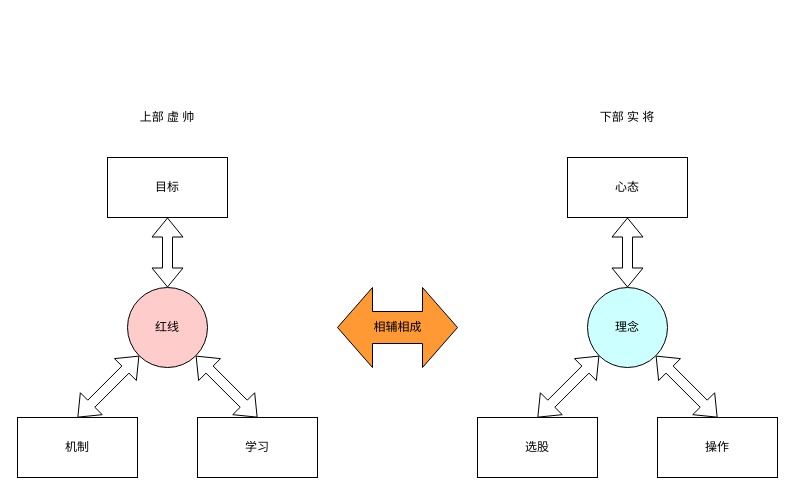
tadsimons/draw keeps this draw.io diagram as page "结构" (1 of 3) of The-Book-of-Stock.drawio. Above is the earlier version. Source tidied: cells renumbered, new cells numbered last; positions are measured from the earlier drawing's top-left corner, leaving out a move shared by most shapes. Both pictures are drawn from the tidied source at 100%, with x=0, y=0 at pixel (17, 107).
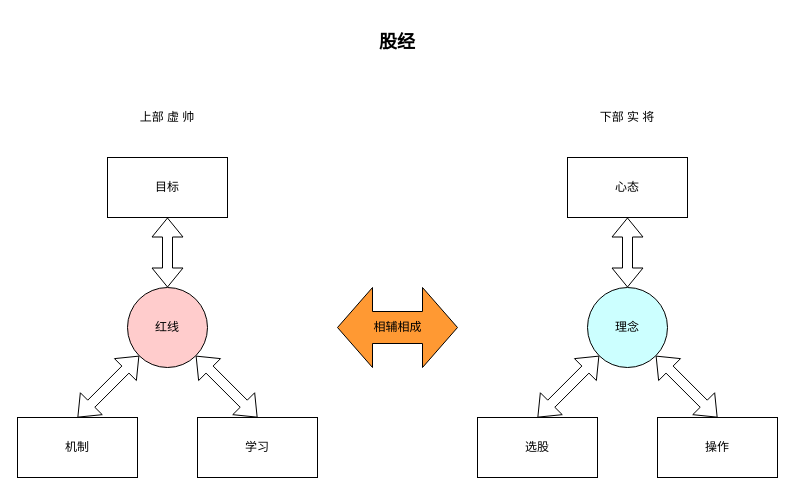
After the change.

The edit, as a diff of the source:
```diff
@@
 <mxGraphModel>
   <root>
     <mxCell id="0" />
     <mxCell id="1" parent="0" />
     <mxCell id="2" value="红线" style="ellipse;whiteSpace=wrap;html=1;fillColor=#FFCCCC;" parent="1" vertex="1">
       <mxGeometry x="110" y="180" width="80" height="80" as="geometry" />
     </mxCell>
     <mxCell id="3" value="目标" style="rounded=0;whiteSpace=wrap;html=1;" parent="1" vertex="1">
       <mxGeometry x="90" y="50" width="120" height="60" as="geometry" />
     </mxCell>
     <mxCell id="4" value="机制" style="rounded=0;whiteSpace=wrap;html=1;" parent="1" vertex="1">
       <mxGeometry y="310" width="120" height="60" as="geometry" />
     </mxCell>
     <mxCell id="5" value="学习" style="rounded=0;whiteSpace=wrap;html=1;" parent="1" vertex="1">
       <mxGeometry x="180" y="310" width="120" height="60" as="geometry" />
     </mxCell>
     <mxCell id="6" style="shape=flexArrow;endArrow=classic;startArrow=classic;html=1;entryX=0;entryY=1;entryDx=0;entryDy=0;exitX=0.5;exitY=0;exitDx=0;exitDy=0;" parent="1" edge="1" source="4" target="2">
       <mxGeometry relative="1" as="geometry" />
     </mxCell>
     <mxCell id="7" style="shape=flexArrow;endArrow=classic;startArrow=classic;html=1;entryX=1;entryY=1;entryDx=0;entryDy=0;exitX=0.5;exitY=0;exitDx=0;exitDy=0;" parent="1" edge="1" source="5" target="2">
       <mxGeometry relative="1" as="geometry" />
     </mxCell>
     <mxCell id="8" style="shape=flexArrow;endArrow=classic;startArrow=classic;html=1;entryX=0.5;entryY=1;entryDx=0;entryDy=0;exitX=0.5;exitY=0;exitDx=0;exitDy=0;" parent="1" edge="1" source="2" target="3">
       <mxGeometry relative="1" as="geometry" />
     </mxCell>
     <mxCell id="9" value="理念" style="ellipse;whiteSpace=wrap;html=1;fillColor=#CCFFFF;" parent="1" vertex="1">
       <mxGeometry x="570" y="180" width="80" height="80" as="geometry" />
     </mxCell>
     <mxCell id="10" value="心态" style="rounded=0;whiteSpace=wrap;html=1;" parent="1" vertex="1">
       <mxGeometry x="550" y="50" width="120" height="60" as="geometry" />
     </mxCell>
     <mxCell id="11" value="选股" style="rounded=0;whiteSpace=wrap;html=1;" parent="1" vertex="1">
       <mxGeometry x="460" y="310" width="120" height="60" as="geometry" />
     </mxCell>
     <mxCell id="12" value="操作" style="rounded=0;whiteSpace=wrap;html=1;" parent="1" vertex="1">
       <mxGeometry x="640" y="310" width="120" height="60" as="geometry" />
     </mxCell>
     <mxCell id="13" style="shape=flexArrow;endArrow=classic;startArrow=classic;html=1;entryX=0;entryY=1;entryDx=0;entryDy=0;exitX=0.5;exitY=0;exitDx=0;exitDy=0;" parent="1" edge="1" source="11" target="9">
       <mxGeometry relative="1" as="geometry" />
     </mxCell>
     <mxCell id="14" style="shape=flexArrow;endArrow=classic;startArrow=classic;html=1;entryX=1;entryY=1;entryDx=0;entryDy=0;exitX=0.5;exitY=0;exitDx=0;exitDy=0;" parent="1" edge="1" source="12" target="9">
       <mxGeometry relative="1" as="geometry" />
     </mxCell>
     <mxCell id="15" style="shape=flexArrow;endArrow=classic;startArrow=classic;html=1;entryX=0.5;entryY=1;entryDx=0;entryDy=0;exitX=0.5;exitY=0;exitDx=0;exitDy=0;" parent="1" edge="1" source="9" target="10">
       <mxGeometry relative="1" as="geometry" />
     </mxCell>
     <mxCell id="16" value="下部 实 将" style="text;html=1;strokeColor=none;fillColor=none;align=center;verticalAlign=middle;whiteSpace=wrap;rounded=0;" parent="1" vertex="1">
       <mxGeometry x="580" width="60" height="20" as="geometry" />
     </mxCell>
     <mxCell id="17" value="上部 虚 帅" style="text;html=1;strokeColor=none;fillColor=none;align=center;verticalAlign=middle;whiteSpace=wrap;rounded=0;" parent="1" vertex="1">
       <mxGeometry x="120" width="60" height="20" as="geometry" />
     </mxCell>
     <mxCell id="18" value="相辅相成" style="html=1;shadow=0;dashed=0;align=center;verticalAlign=middle;shape=mxgraph.arrows2.twoWayArrow;dy=0.6;dx=35;fillColor=#FF9933;" parent="1" vertex="1">
       <mxGeometry x="320" y="180" width="120" height="80" as="geometry" />
     </mxCell>
+    <mxCell id="19" value="&lt;b&gt;&lt;font style=&quot;font-size: 18px&quot;&gt;股经&lt;/font&gt;&lt;/b&gt;" style="text;html=1;strokeColor=none;fillColor=none;align=center;verticalAlign=middle;whiteSpace=wrap;rounded=0;" parent="1" vertex="1">
+      <mxGeometry x="320" y="-90" width="120" height="50" as="geometry" />
+    </mxCell>
   </root>
 </mxGraphModel>
```
